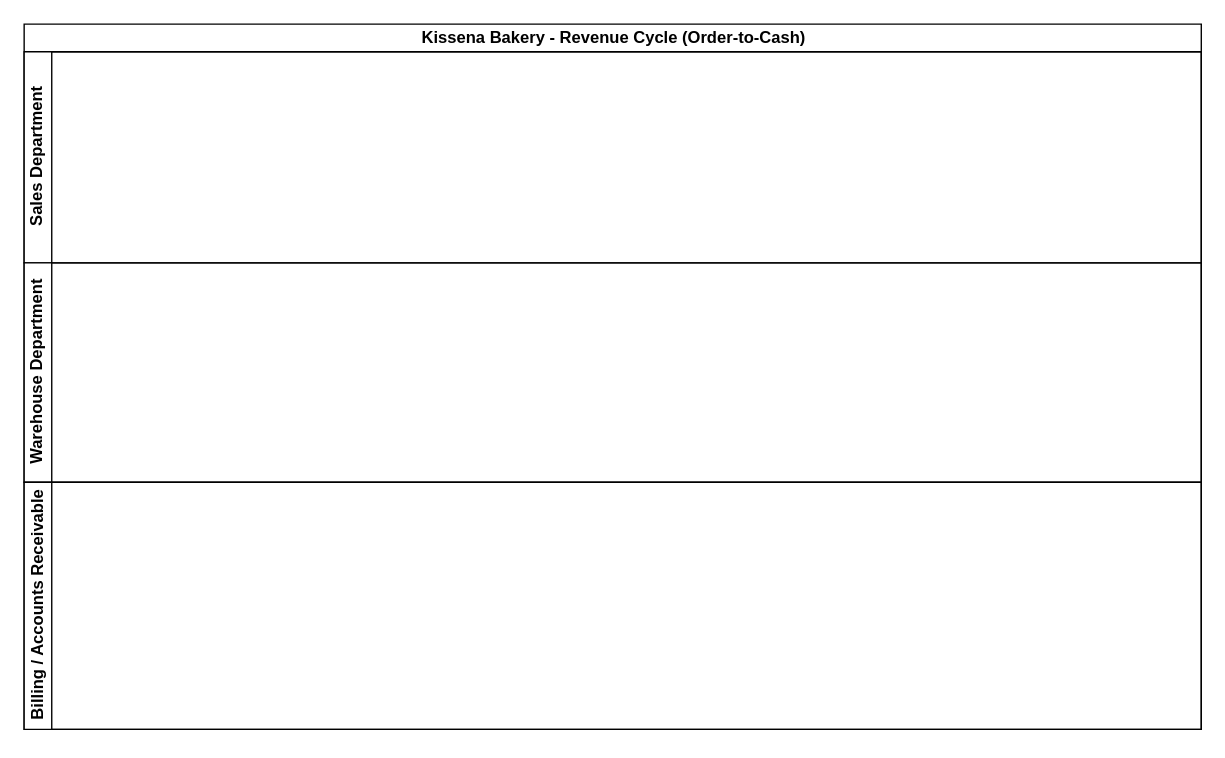
Before: Revenue_Cycle_Controls.drawio in Yingyikuang/drawio, a draw.io diagram. Source tidied: cells renumbered, new cells numbered last; positions are measured from the earlier drawing's top-left corner, leaving out a move shared by most shapes. Both pictures are drawn from the tidied source at 138%, with x=0, y=0 at pixel (23, 23).
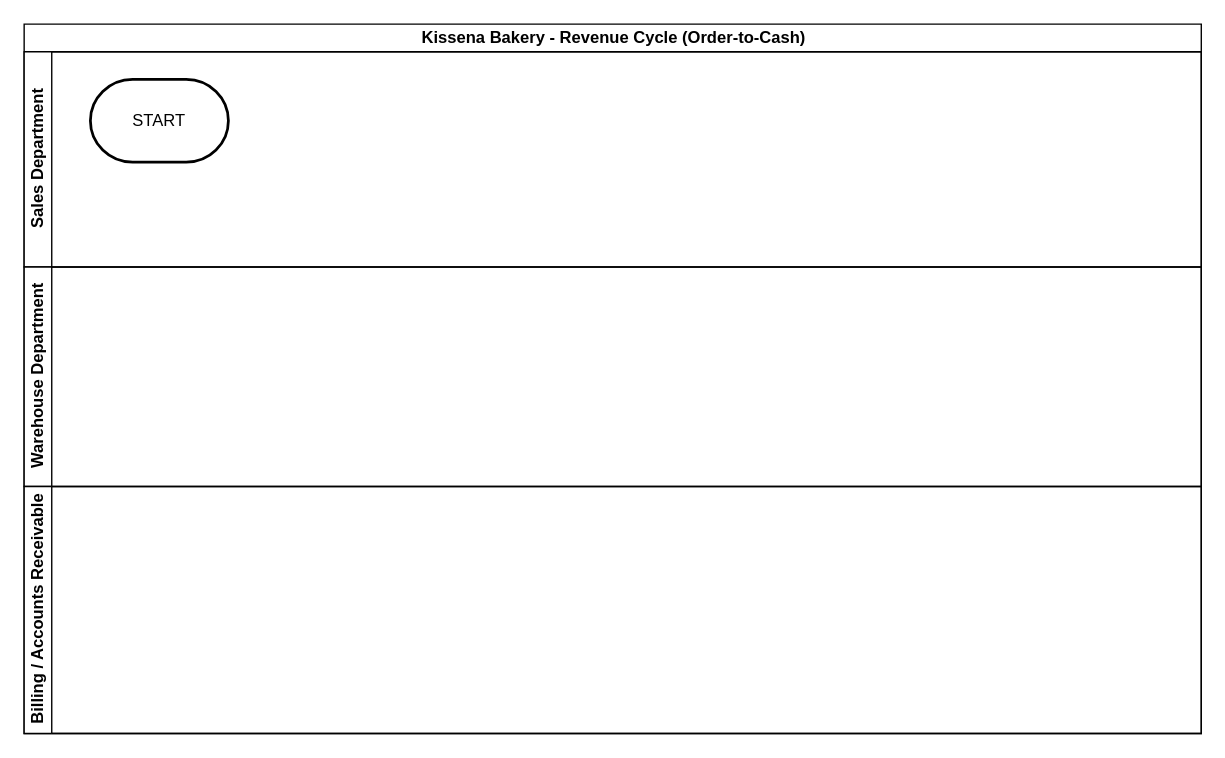
After the change.

What changed in the source:
```diff
@@
 <mxGraphModel>
   <root>
     <mxCell id="0" />
     <mxCell id="1" parent="0" />
     <mxCell id="2" value="Kissena Bakery - Revenue Cycle (Order-to-Cash)" style="swimlane;horizontal=1;startSize=20;html=1;" parent="1" vertex="1">
-      <mxGeometry width="853" height="511" as="geometry" />
+      <mxGeometry width="853" height="514" as="geometry" />
     </mxCell>
     <mxCell id="3" value="Sales Department" style="swimlane;startSize=20;horizontal=0;html=1;" parent="2" vertex="1">
-      <mxGeometry y="20" width="853" height="153" as="geometry" />
+      <mxGeometry y="20" width="853" height="156" as="geometry" />
     </mxCell>
+    <mxCell id="6" value="START" style="strokeWidth=2;html=1;shape=mxgraph.flowchart.terminator;whiteSpace=wrap;" parent="3" vertex="1">
+      <mxGeometry x="48" y="20" width="100" height="60" as="geometry" />
+    </mxCell>
     <mxCell id="4" value="Warehouse Department" style="swimlane;startSize=20;horizontal=0;html=1;" parent="2" vertex="1">
-      <mxGeometry y="173" width="853" height="159" as="geometry" />
+      <mxGeometry y="176" width="853" height="159" as="geometry" />
     </mxCell>
     <mxCell id="5" value="Billing / Accounts Receivable" style="swimlane;startSize=20;horizontal=0;html=1;" parent="2" vertex="1">
-      <mxGeometry y="332" width="853" height="179" as="geometry" />
+      <mxGeometry y="335" width="853" height="179" as="geometry" />
     </mxCell>
   </root>
 </mxGraphModel>
```
